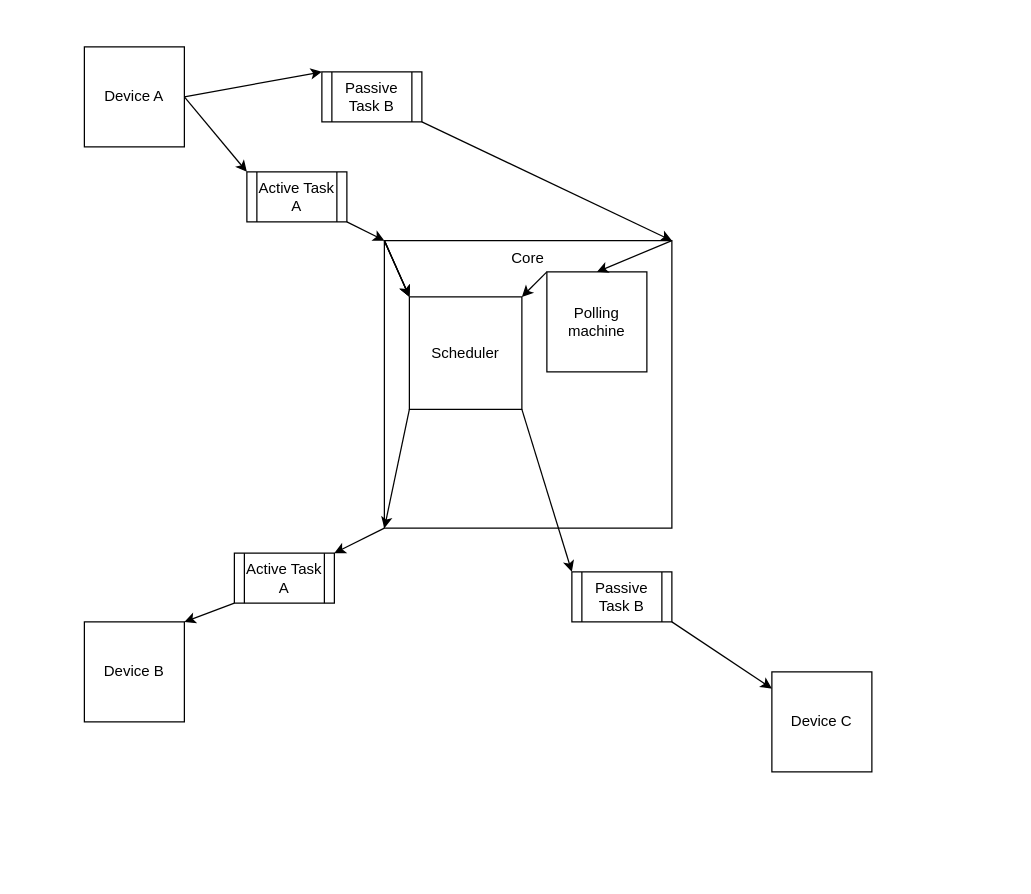
The draw.io diagram Untitled Diagram.drawio in hkjj293/lw-gp-iot, before the edit. Source tidied: cells renumbered, new cells numbered last; positions are measured from the earlier drawing's top-left corner, leaving out a move shared by most shapes. Both pictures are drawn from the tidied source at 125%, with x=0, y=0 at pixel (84, 46).
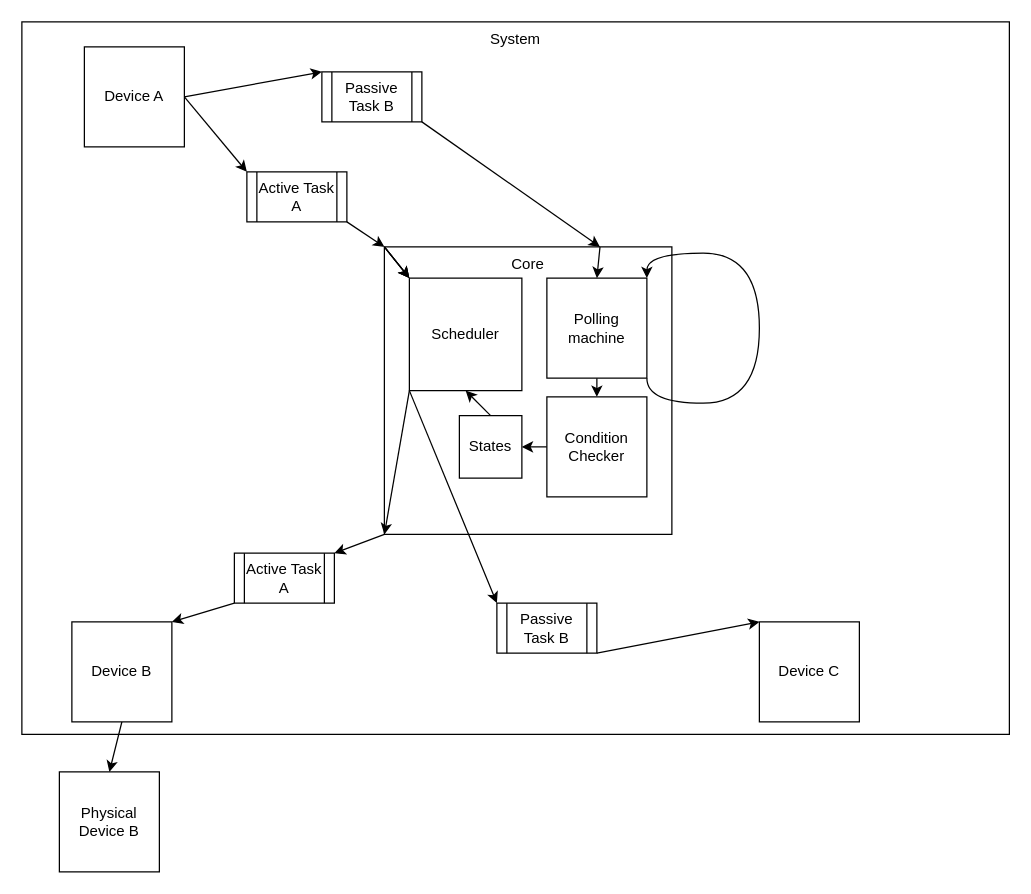
The same page after the edit.

The change refers to these unchanged cells:
```xml
<mxCell id="14" value="Core" style="whiteSpace=wrap;html=1;verticalAlign=top;" parent="13" vertex="1">
  <mxGeometry width="230" height="230" as="geometry" />
</mxCell>
<mxCell id="17" value="Polling machine" style="whiteSpace=wrap;html=1;" parent="13" vertex="1">
  <mxGeometry x="130" y="25" width="80" height="80" as="geometry" />
</mxCell>
```

Diff of the diagram source:
```diff
@@
-    <mxCell id="2" style="edgeStyle=none;rounded=0;jettySize=auto;html=1;exitX=0;exitY=1;exitDx=0;exitDy=0;entryX=1;entryY=0;entryDx=0;entryDy=0;" parent="1" edge="1" source="10" target="8">
-      <mxGeometry relative="1" as="geometry" />
-    </mxCell>
-    <mxCell id="3" style="edgeStyle=none;rounded=0;jettySize=auto;html=1;exitX=0;exitY=1;exitDx=0;exitDy=0;entryX=1;entryY=0;entryDx=0;entryDy=0;" parent="1" edge="1" source="14" target="10">
-      <mxGeometry relative="1" as="geometry" />
-    </mxCell>
-    <mxCell id="4" style="edgeStyle=none;rounded=0;jettySize=auto;html=1;exitX=1;exitY=1;exitDx=0;exitDy=0;entryX=0;entryY=0;entryDx=0;entryDy=0;" parent="1" edge="1" source="9" target="14">
-      <mxGeometry relative="1" as="geometry" />
-    </mxCell>
-    <mxCell id="5" style="edgeStyle=none;rounded=0;jettySize=auto;html=1;exitX=1;exitY=0.5;exitDx=0;exitDy=0;entryX=0;entryY=0;entryDx=0;entryDy=0;" parent="1" edge="1" source="7" target="9">
-      <mxGeometry relative="1" as="geometry" />
-    </mxCell>
-    <mxCell id="6" style="edgeStyle=none;rounded=0;jettySize=auto;html=1;exitX=1;exitY=0.5;exitDx=0;exitDy=0;entryX=0;entryY=0;entryDx=0;entryDy=0;" parent="1" edge="1" source="7" target="12">
-      <mxGeometry relative="1" as="geometry" />
-    </mxCell>
+    <mxCell id="27" style="edgeStyle=none;rounded=0;jettySize=auto;html=1;exitX=0.5;exitY=1;exitDx=0;exitDy=0;entryX=0.5;entryY=0;entryDx=0;entryDy=0;" parent="1" edge="1" source="8" target="28">
+      <mxGeometry relative="1" as="geometry" />
+    </mxCell>
+    <mxCell id="28" value="Physical&lt;br&gt;Device B" style="whiteSpace=wrap;html=1;" parent="1" vertex="1">
+      <mxGeometry x="-20" y="580" width="80" height="80" as="geometry" />
+    </mxCell>
+    <mxCell id="29" style="group;verticalAlign=top;fillColor=none;" parent="1" vertex="1">
+      <mxGeometry x="-50" y="-20" width="790" height="570" as="geometry" />
+    </mxCell>
+    <mxCell id="30" value="System" style="rounded=0;whiteSpace=wrap;html=1;verticalAlign=top;fillColor=none;" parent="29" vertex="1">
+      <mxGeometry width="790" height="570" as="geometry" />
+    </mxCell>
-    <mxCell id="7" value="Device A" style="whiteSpace=wrap;html=1;" parent="1" vertex="1">
-      <mxGeometry width="80" height="80" as="geometry" />
+    <mxCell id="7" value="Device A" style="whiteSpace=wrap;html=1;" parent="29" vertex="1">
+      <mxGeometry x="50" y="20" width="80" height="80" as="geometry" />
     </mxCell>
-    <mxCell id="8" value="Device B" style="whiteSpace=wrap;html=1;" parent="1" vertex="1">
-      <mxGeometry y="460" width="80" height="80" as="geometry" />
+    <mxCell id="8" value="Device B" style="whiteSpace=wrap;html=1;" parent="29" vertex="1">
+      <mxGeometry x="40" y="480" width="80" height="80" as="geometry" />
     </mxCell>
-    <mxCell id="9" value="Active Task A" style="shape=process;whiteSpace=wrap;html=1;backgroundOutline=1;" parent="1" vertex="1">
-      <mxGeometry x="130" y="100" width="80" height="40" as="geometry" />
+    <mxCell id="9" value="Active Task A" style="shape=process;whiteSpace=wrap;html=1;backgroundOutline=1;" parent="29" vertex="1">
+      <mxGeometry x="180" y="120" width="80" height="40" as="geometry" />
     </mxCell>
+    <mxCell id="5" style="edgeStyle=none;rounded=0;jettySize=auto;html=1;exitX=1;exitY=0.5;exitDx=0;exitDy=0;entryX=0;entryY=0;entryDx=0;entryDy=0;" parent="29" edge="1" source="7" target="9">
+      <mxGeometry relative="1" as="geometry" />
+    </mxCell>
-    <mxCell id="10" value="Active Task A" style="shape=process;whiteSpace=wrap;html=1;backgroundOutline=1;" parent="1" vertex="1">
-      <mxGeometry x="120" y="405" width="80" height="40" as="geometry" />
+    <mxCell id="10" value="Active Task A" style="shape=process;whiteSpace=wrap;html=1;backgroundOutline=1;" parent="29" vertex="1">
+      <mxGeometry x="170" y="425" width="80" height="40" as="geometry" />
     </mxCell>
-    <mxCell id="11" style="edgeStyle=none;rounded=0;jettySize=auto;html=1;exitX=1;exitY=1;exitDx=0;exitDy=0;entryX=1;entryY=0;entryDx=0;entryDy=0;" parent="1" edge="1" source="12" target="14">
-      <mxGeometry relative="1" as="geometry" />
-    </mxCell>
+    <mxCell id="2" style="edgeStyle=none;rounded=0;jettySize=auto;html=1;exitX=0;exitY=1;exitDx=0;exitDy=0;entryX=1;entryY=0;entryDx=0;entryDy=0;" parent="29" edge="1" source="10" target="8">
+      <mxGeometry relative="1" as="geometry" />
+    </mxCell>
-    <mxCell id="12" value="Passive Task B" style="shape=process;whiteSpace=wrap;html=1;backgroundOutline=1;" parent="1" vertex="1">
-      <mxGeometry x="190" y="20" width="80" height="40" as="geometry" />
+    <mxCell id="12" value="Passive Task B" style="shape=process;whiteSpace=wrap;html=1;backgroundOutline=1;" parent="29" vertex="1">
+      <mxGeometry x="240" y="40" width="80" height="40" as="geometry" />
     </mxCell>
+    <mxCell id="6" style="edgeStyle=none;rounded=0;jettySize=auto;html=1;exitX=1;exitY=0.5;exitDx=0;exitDy=0;entryX=0;entryY=0;entryDx=0;entryDy=0;" parent="29" edge="1" source="7" target="12">
+      <mxGeometry relative="1" as="geometry" />
+    </mxCell>
-    <mxCell id="13" style="group;" parent="1" vertex="1">
-      <mxGeometry x="240" y="155" width="230" height="230" as="geometry" />
+    <mxCell id="13" style="group;" parent="29" vertex="1">
+      <mxGeometry x="290" y="180" width="230" height="230" as="geometry" />
     </mxCell>
@@
     <mxCell id="15" value="Scheduler" style="whiteSpace=wrap;html=1;" parent="13" vertex="1">
-      <mxGeometry x="20" y="45" width="90" height="90" as="geometry" />
+      <mxGeometry x="20" y="25" width="90" height="90" as="geometry" />
     </mxCell>
-    <mxCell id="16" style="edgeStyle=none;rounded=0;jettySize=auto;html=1;exitX=0;exitY=0;exitDx=0;exitDy=0;entryX=1;entryY=0;entryDx=0;entryDy=0;" parent="13" edge="1" source="17" target="15">
-      <mxGeometry relative="1" as="geometry" />
-    </mxCell>
+    <mxCell id="31" style="edgeStyle=none;rounded=0;jettySize=auto;html=1;exitX=0.5;exitY=1;exitDx=0;exitDy=0;entryX=0.5;entryY=0;entryDx=0;entryDy=0;" parent="13" edge="1" source="17" target="35">
+      <mxGeometry relative="1" as="geometry" />
+    </mxCell>
@@
-    <mxCell id="22" style="edgeStyle=none;rounded=0;jettySize=auto;html=1;exitX=1;exitY=0;exitDx=0;exitDy=0;entryX=0.5;entryY=0;entryDx=0;entryDy=0;" parent="13" edge="1" source="14" target="17">
+    <mxCell id="22" style="edgeStyle=none;rounded=0;jettySize=auto;html=1;exitX=0.75;exitY=0;exitDx=0;exitDy=0;entryX=0.5;entryY=0;entryDx=0;entryDy=0;" parent="13" edge="1" source="14" target="17">
       <mxGeometry relative="1" as="geometry" />
     </mxCell>
+    <mxCell id="32" style="edgeStyle=orthogonalEdgeStyle;rounded=0;orthogonalLoop=1;jettySize=auto;html=1;exitX=1;exitY=1;exitDx=0;exitDy=0;entryX=1;entryY=0;entryDx=0;entryDy=0;curved=1;" parent="13" edge="1" source="17" target="17">
+      <mxGeometry relative="1" as="geometry">
+        <Array as="points">
+          <mxPoint x="210" y="125" />
+          <mxPoint x="300" y="125" />
+          <mxPoint x="300" y="5" />
+          <mxPoint x="210" y="5" />
+        </Array>
+      </mxGeometry>
+    </mxCell>
+    <mxCell id="33" style="edgeStyle=none;rounded=0;orthogonalLoop=1;jettySize=auto;html=1;exitX=0.25;exitY=1;exitDx=0;exitDy=0;" parent="13" edge="1" source="14" target="14">
+      <mxGeometry relative="1" as="geometry" />
+    </mxCell>
+    <mxCell id="34" style="edgeStyle=none;rounded=0;jettySize=auto;html=1;exitX=0;exitY=0.5;exitDx=0;exitDy=0;entryX=1;entryY=0.5;entryDx=0;entryDy=0;" parent="13" edge="1" source="35" target="37">
+      <mxGeometry relative="1" as="geometry" />
+    </mxCell>
+    <mxCell id="35" value="Condition Checker" style="whiteSpace=wrap;html=1;" parent="13" vertex="1">
+      <mxGeometry x="130" y="120" width="80" height="80" as="geometry" />
+    </mxCell>
+    <mxCell id="36" style="edgeStyle=none;rounded=0;jettySize=auto;html=1;exitX=0.5;exitY=0;exitDx=0;exitDy=0;entryX=0.5;entryY=1;entryDx=0;entryDy=0;" parent="13" edge="1" source="37" target="15">
+      <mxGeometry relative="1" as="geometry" />
+    </mxCell>
+    <mxCell id="37" value="States" style="whiteSpace=wrap;html=1;" parent="13" vertex="1">
+      <mxGeometry x="60" y="135" width="50" height="50" as="geometry" />
+    </mxCell>
+    <mxCell id="4" style="edgeStyle=none;rounded=0;jettySize=auto;html=1;exitX=1;exitY=1;exitDx=0;exitDy=0;entryX=0;entryY=0;entryDx=0;entryDy=0;" parent="29" edge="1" source="9" target="14">
+      <mxGeometry relative="1" as="geometry" />
+    </mxCell>
+    <mxCell id="3" style="edgeStyle=none;rounded=0;jettySize=auto;html=1;exitX=0;exitY=1;exitDx=0;exitDy=0;entryX=1;entryY=0;entryDx=0;entryDy=0;" parent="29" edge="1" source="14" target="10">
+      <mxGeometry relative="1" as="geometry" />
+    </mxCell>
+    <mxCell id="11" style="edgeStyle=none;rounded=0;jettySize=auto;html=1;exitX=1;exitY=1;exitDx=0;exitDy=0;entryX=0.75;entryY=0;entryDx=0;entryDy=0;" parent="29" edge="1" source="12" target="14">
+      <mxGeometry relative="1" as="geometry" />
+    </mxCell>
-    <mxCell id="23" value="Device C" style="whiteSpace=wrap;html=1;" parent="1" vertex="1">
-      <mxGeometry x="550" y="500" width="80" height="80" as="geometry" />
+    <mxCell id="23" value="Device C" style="whiteSpace=wrap;html=1;" parent="29" vertex="1">
+      <mxGeometry x="590" y="480" width="80" height="80" as="geometry" />
     </mxCell>
-    <mxCell id="24" style="edgeStyle=none;rounded=0;jettySize=auto;html=1;exitX=1;exitY=1;exitDx=0;exitDy=0;" parent="1" edge="1" source="25" target="23">
+    <mxCell id="24" style="edgeStyle=none;rounded=0;jettySize=auto;html=1;exitX=1;exitY=1;exitDx=0;exitDy=0;entryX=0;entryY=0;entryDx=0;entryDy=0;" parent="29" edge="1" source="25" target="23">
       <mxGeometry relative="1" as="geometry" />
     </mxCell>
-    <mxCell id="25" value="Passive Task B" style="shape=process;whiteSpace=wrap;html=1;backgroundOutline=1;" parent="1" vertex="1">
-      <mxGeometry x="390" y="420" width="80" height="40" as="geometry" />
+    <mxCell id="25" value="Passive Task B" style="shape=process;whiteSpace=wrap;html=1;backgroundOutline=1;" parent="29" vertex="1">
+      <mxGeometry x="380" y="465" width="80" height="40" as="geometry" />
     </mxCell>
-    <mxCell id="26" style="edgeStyle=none;rounded=0;jettySize=auto;html=1;exitX=1;exitY=1;exitDx=0;exitDy=0;entryX=0;entryY=0;entryDx=0;entryDy=0;" parent="1" edge="1" source="15" target="25">
+    <mxCell id="26" style="edgeStyle=none;rounded=0;jettySize=auto;html=1;exitX=0;exitY=1;exitDx=0;exitDy=0;entryX=0;entryY=0;entryDx=0;entryDy=0;" parent="29" edge="1" source="15" target="25">
       <mxGeometry relative="1" as="geometry" />
     </mxCell>
```
